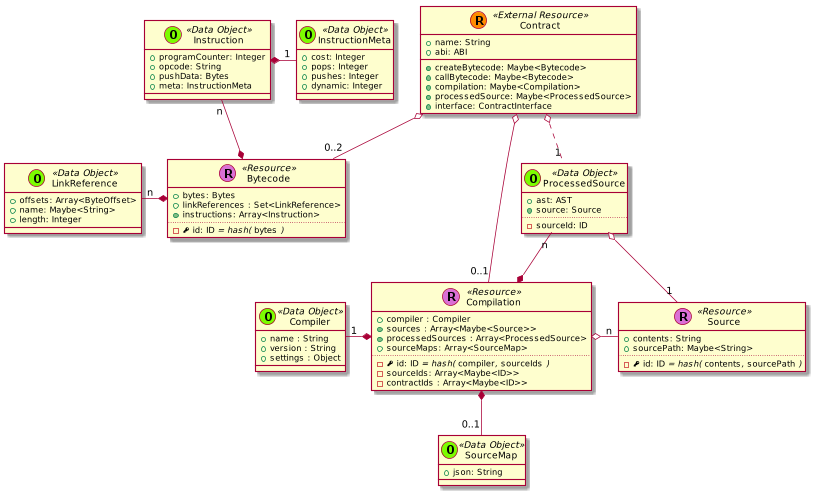
Earlier version of the PlantUML export _images/plantuml-e9147eb3f2fd48370e6ec239004ba66ea4d7f91a.png (trufflesuite/artifact-updates). Source of this version:
```plantuml
@startuml
scale 0.75



skinparam defaultMonospacedFontName Andale Mono





    class Contract << (R,darkorange) External Resource >> {
      + name: String
      + abi: ABI
      + {method} createBytecode: Maybe<Bytecode>
      + {method} callBytecode: Maybe<Bytecode>
      + {method} compilation: Maybe<Compilation>
      + {method} processedSource: Maybe<ProcessedSource>
      + {method} interface: ContractInterface
    }






    class Bytecode << (R,orchid) Resource >> {
      + bytes: Bytes
      + linkReferences : Set<LinkReference>
      + {method} instructions: Array<Instruction>
      ..
      - {field} <&key> id: ID //= hash(// ""bytes"" //)//
    }

    class Instruction << (O,lawngreen) Data Object >> {
      + programCounter: Integer
      + opcode: String
      + pushData: Bytes
      + meta: InstructionMeta
    }

    class InstructionMeta << (O,lawngreen) Data Object >> {
      + cost: Integer
      + pops: Integer
      + pushes: Integer
      + dynamic: Integer
    }

    Instruction *-right- "1" InstructionMeta
    Instruction "n" --* Bytecode

    class Source << (R,orchid) Resource >> {
      + contents: String
      + sourcePath: Maybe<String>
      ..
      - {field} <&key> id: ID //= hash(// ""contents""//,// ""sourcePath"" //)//
    }




    class Compilation << (R,orchid) Resource >> {
      + compiler : Compiler
      + {method} sources : Array<Maybe<Source>>
      + {method} processedSources : Array<ProcessedSource>
      + sourceMaps: Array<SourceMap>
      ..
      - {field} <&key> id: ID //= hash(// ""compiler""//,// ""sourceIds"" //)//
      - sourceIds: Array<Maybe<ID>>
      - contractIds : Array<Maybe<ID>>
    }

  ProcessedSource "n" --* Compilation







  class Compiler << (O,lawngreen) Data Object >> {
    + name : String
    + version : String
    + settings : Object
  }




    class LinkReference << (O,lawngreen) Data Object >> {
      + offsets: Array<ByteOffset>
      + name: Maybe<String>
      + length: Integer
    }

    class SourceMap << (O,lawngreen) Data Object >> {
      + json: String
    }


    class ProcessedSource << (O,lawngreen) Data Object >> {
      + ast: AST
      + {method} source: Source
      ..
      - sourceId: ID
    }










  Contract o-- "0..2" Bytecode


  Contract o-- "0..1" Compilation
  Contract o.. "1" ProcessedSource



  LinkReference "n" -* Bytecode



  ProcessedSource o-- "1" Source





  Compilation *-left- "1" Compiler

  Compilation o-right- "n" Source


  Compilation *-- "0..1" SourceMap






@enduml
```
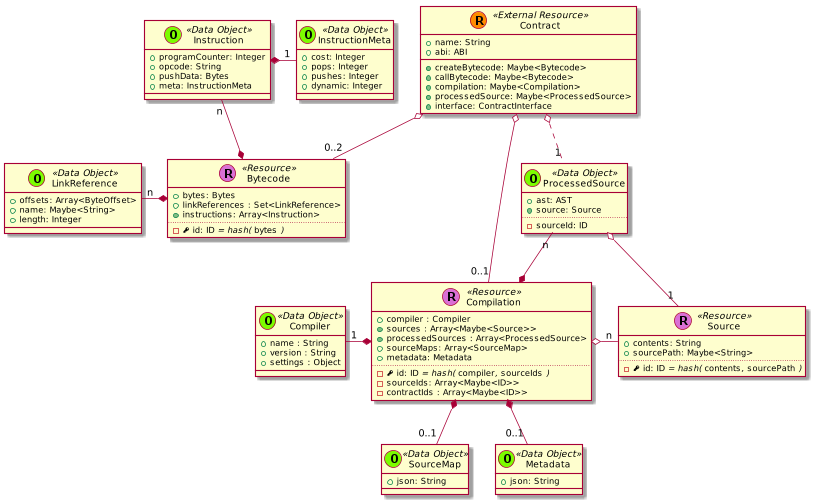
Above is the later version.

Diff of the diagram source:
```diff
@@ -64,6 +64,7 @@
       + {method} sources : Array<Maybe<Source>>
       + {method} processedSources : Array<ProcessedSource>
       + sourceMaps: Array<SourceMap>
+      + metadata: Metadata
       ..
       - {field} <&key> id: ID //= hash(// ""compiler""//,// ""sourceIds"" //)//
       - sourceIds: Array<Maybe<ID>>
@@ -107,6 +108,10 @@
 
 
 
+  class Metadata << (O,lawngreen) Data Object >> {
+    + json: String
+  }
+
 
 
 
@@ -139,6 +144,7 @@
 
   Compilation *-- "0..1" SourceMap
 
+  Compilation *-- "0..1" Metadata
 
 
 
```
